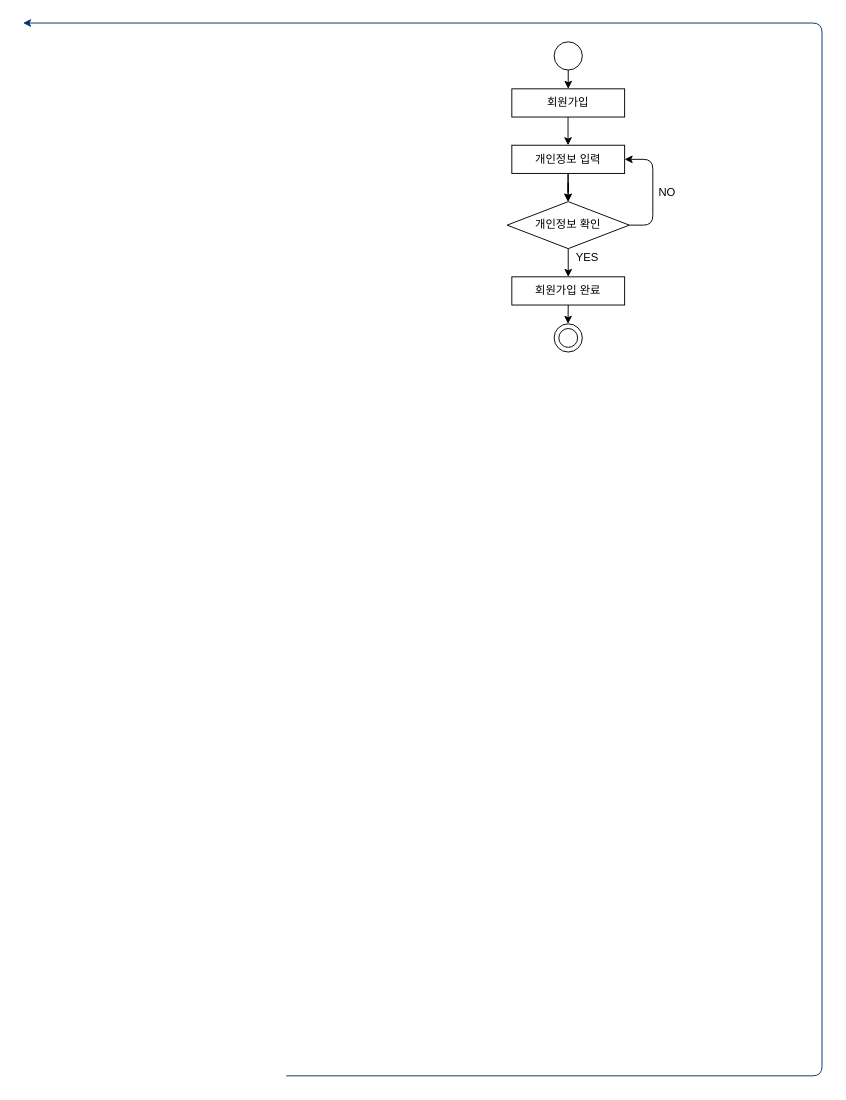
snowskyblue/- keeps this draw.io diagram as 네비게이션 흐름도/회원가입.drawio. Above is the earlier version. Source tidied: cells renumbered, new cells numbered last; positions are measured from the earlier drawing's top-left corner, leaving out a move shared by most shapes. Both pictures are drawn from the tidied source at 94%, with x=0, y=0 at pixel (23, 23).
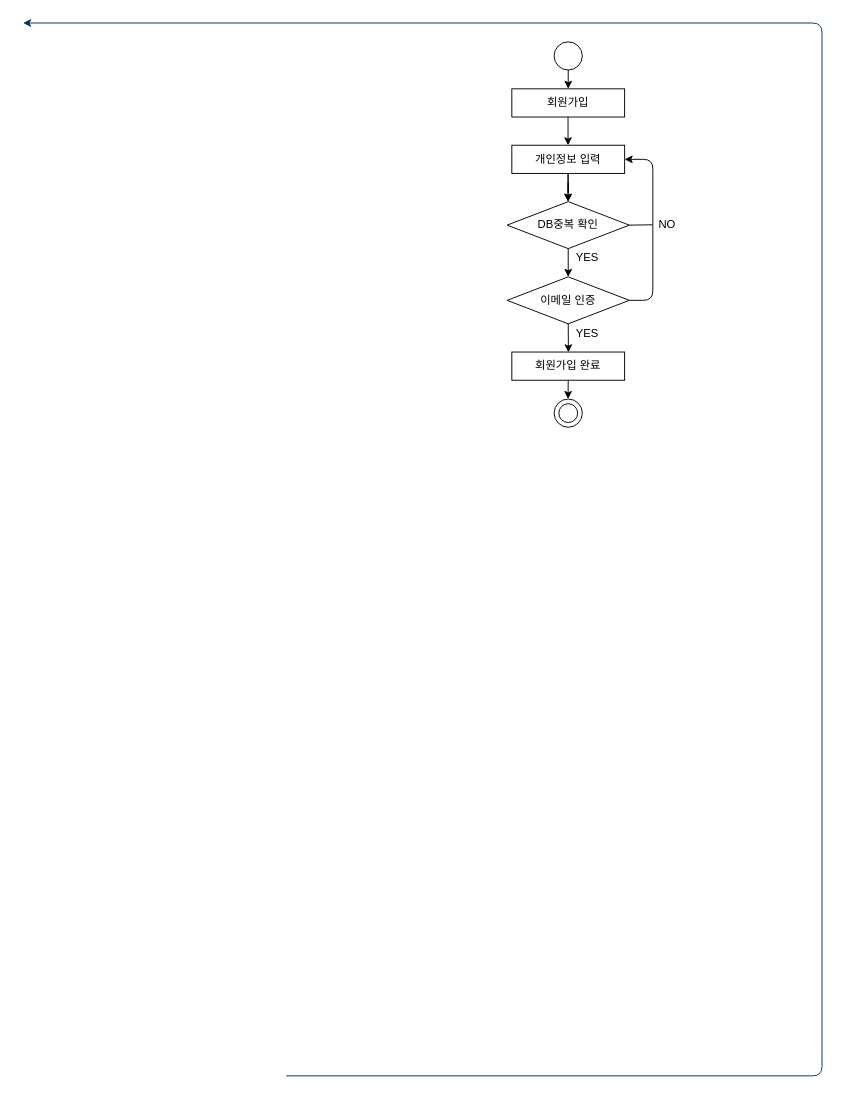
Above is the later version.

Unchanged cells that the change refers to:
```xml
<mxCell id="6" value="개인정보 입력" style="rounded=0;whiteSpace=wrap;html=1;" parent="1" vertex="1">
  <mxGeometry x="520" y="130" width="120" height="30" as="geometry" />
</mxCell>
```

Change to the diagram source:
```diff
@@
-    <mxCell id="7" value="개인정보 확인" style="rhombus;whiteSpace=wrap;html=1;" parent="1" vertex="1">
+    <mxCell id="7" value="DB중복 확인" style="rhombus;whiteSpace=wrap;html=1;" parent="1" vertex="1">
       <mxGeometry x="515" y="190" width="130" height="50" as="geometry" />
     </mxCell>
@@
-    <mxCell id="11" style="edgeStyle=elbowEdgeStyle;elbow=horizontal;endArrow=classic;html=1;entryX=1;entryY=0.5;entryDx=0;entryDy=0;exitX=1;exitY=0.5;exitDx=0;exitDy=0;" parent="1" edge="1" source="7" target="6">
+    <mxCell id="11" style="edgeStyle=elbowEdgeStyle;elbow=horizontal;endArrow=classic;html=1;entryX=1;entryY=0.5;entryDx=0;entryDy=0;exitX=1;exitY=0.5;exitDx=0;exitDy=0;" parent="1" edge="1" source="19" target="6">
       <mxGeometry relative="1" as="geometry">
         <Array as="points">
           <mxPoint x="670" y="200" />
           <mxPoint x="690" y="200" />
           <mxPoint x="755" y="200" />
           <mxPoint x="765" y="180" />
         </Array>
       </mxGeometry>
     </mxCell>
-    <mxCell id="12" value="NO" style="text;html=1;align=center;verticalAlign=middle;points=[];fillColor=none;strokeColor=none;rounded=0;" parent="1" vertex="1">
-      <mxGeometry x="670" y="170" width="30" height="20" as="geometry" />
-    </mxCell>
@@
     <mxCell id="14" style="edgeStyle=orthogonalEdgeStyle;rounded=0;orthogonalLoop=1;jettySize=auto;html=1;exitX=0.5;exitY=1;exitDx=0;exitDy=0;" parent="1" edge="1">
       <mxGeometry relative="1" as="geometry">
-        <mxPoint x="580" y="300" as="sourcePoint" />
-        <mxPoint x="579.8" y="320" as="targetPoint" />
+        <mxPoint x="580" y="380" as="sourcePoint" />
+        <mxPoint x="579.8" y="400" as="targetPoint" />
       </mxGeometry>
     </mxCell>
     <mxCell id="15" style="ellipse;whiteSpace=wrap;html=1;" parent="1" vertex="1">
-      <mxGeometry x="565" y="320" width="30" height="30" as="geometry" />
+      <mxGeometry x="565" y="400" width="30" height="30" as="geometry" />
     </mxCell>
     <mxCell id="16" style="ellipse;whiteSpace=wrap;html=1;" parent="1" vertex="1">
-      <mxGeometry x="570" y="325" width="20" height="20" as="geometry" />
+      <mxGeometry x="570" y="405" width="20" height="20" as="geometry" />
     </mxCell>
     <mxCell id="17" value="회원가입 완료" style="rounded=0;whiteSpace=wrap;html=1;" parent="1" vertex="1">
-      <mxGeometry x="520" y="270" width="120" height="30" as="geometry" />
+      <mxGeometry x="520" y="350" width="120" height="30" as="geometry" />
     </mxCell>
@@
+    <mxCell id="19" value="이메일 인증" style="rhombus;whiteSpace=wrap;html=1;" parent="1" vertex="1">
+      <mxGeometry x="515" y="270" width="130" height="50" as="geometry" />
+    </mxCell>
+    <mxCell id="20" value="YES" style="text;html=1;align=center;verticalAlign=middle;fillColor=none;strokeColor=none;rounded=0;" parent="1" vertex="1">
+      <mxGeometry x="580" y="320" width="40" height="20" as="geometry" />
+    </mxCell>
+    <mxCell id="21" style="edgeStyle=orthogonalEdgeStyle;rounded=0;orthogonalLoop=1;jettySize=auto;html=1;" parent="1" edge="1">
+      <mxGeometry relative="1" as="geometry">
+        <mxPoint x="580" y="320" as="sourcePoint" />
+        <mxPoint x="580.2" y="350.3" as="targetPoint" />
+      </mxGeometry>
+    </mxCell>
+    <mxCell id="12" value="NO" style="text;html=1;align=center;verticalAlign=middle;points=[];fillColor=none;strokeColor=none;rounded=0;" parent="1" vertex="1">
+      <mxGeometry x="670" y="205" width="30" height="20" as="geometry" />
+    </mxCell>
+    <mxCell id="22" style="endArrow=none;html=1;exitX=1;exitY=0.5;exitDx=0;exitDy=0;entryX=-0.009;entryY=0.483;entryDx=0;entryDy=0;entryPerimeter=0;" parent="1" edge="1" source="7" target="12">
+      <mxGeometry relative="1" as="geometry" />
+    </mxCell>
```
